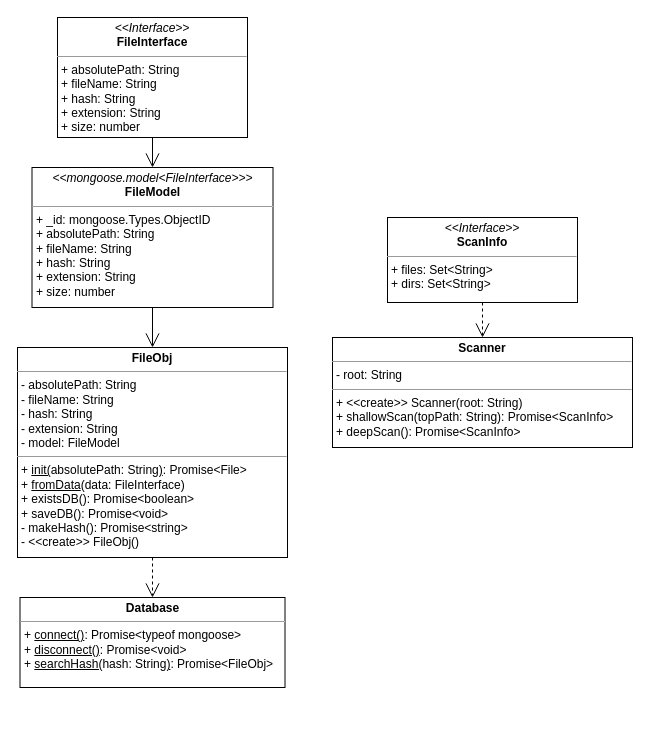
Before: bfs-core.drawio in jm0ran/bfs-core, a draw.io diagram. Source tidied: cells renumbered, new cells numbered last; positions are measured from the earlier drawing's top-left corner, leaving out a move shared by most shapes. Both pictures are drawn from the tidied source at 100%, with x=0, y=0 at pixel (17, 17).
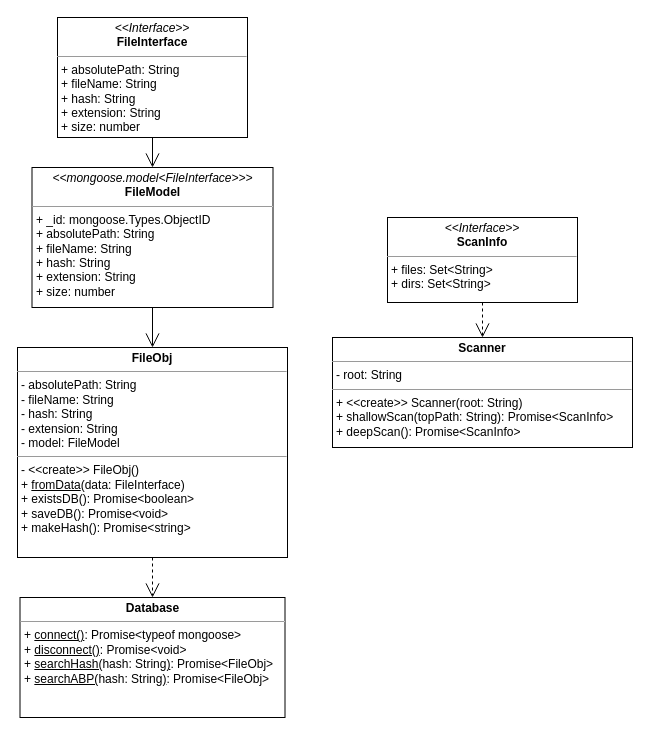
Above is the later version.

Commit message (it also covers changes not shown here):
Very large changes to FileObj as a result of further understanding of mongoose

What changed in the source:
```diff
@@
 <mxGraphModel>
   <root>
     <mxCell id="0" />
     <mxCell id="1" parent="0" />
-    <mxCell id="2" value="&lt;p style=&quot;margin: 0px ; margin-top: 4px ; text-align: center&quot;&gt;&lt;b&gt;FileObj&lt;/b&gt;&lt;/p&gt;&lt;hr size=&quot;1&quot;&gt;&lt;p style=&quot;margin: 0px ; margin-left: 4px&quot;&gt;- absolutePath: String&lt;br&gt;- fileName: String&lt;/p&gt;&lt;p style=&quot;margin: 0px ; margin-left: 4px&quot;&gt;- hash: String&lt;/p&gt;&lt;p style=&quot;margin: 0px ; margin-left: 4px&quot;&gt;- extension: String&lt;/p&gt;&lt;p style=&quot;margin: 0px ; margin-left: 4px&quot;&gt;- model: FileModel&lt;/p&gt;&lt;hr size=&quot;1&quot;&gt;&lt;p style=&quot;margin: 0px ; margin-left: 4px&quot;&gt;&lt;span&gt;+ &lt;/span&gt;&lt;u&gt;init(&lt;/u&gt;&lt;span&gt;absolutePath: String&lt;/span&gt;&lt;u&gt;)&lt;/u&gt;&lt;span&gt;: Promise&amp;lt;File&amp;gt;&lt;/span&gt;&lt;br&gt;&lt;/p&gt;&lt;p style=&quot;margin: 0px ; margin-left: 4px&quot;&gt;+ &lt;u&gt;fromData&lt;/u&gt;(data: FileInterface)&lt;/p&gt;&lt;p style=&quot;margin: 0px ; margin-left: 4px&quot;&gt;+ existsDB(): Promise&amp;lt;boolean&amp;gt;&lt;/p&gt;&lt;p style=&quot;margin: 0px ; margin-left: 4px&quot;&gt;+ saveDB(): Promise&amp;lt;void&amp;gt;&lt;/p&gt;&lt;p style=&quot;margin: 0px 0px 0px 4px&quot;&gt;- makeHash(): Promise&amp;lt;string&amp;gt;&lt;/p&gt;&lt;p style=&quot;margin: 0px 0px 0px 4px&quot;&gt;- &amp;lt;&amp;lt;create&amp;gt;&amp;gt; FileObj()&lt;/p&gt;&lt;div&gt;&lt;br&gt;&lt;/div&gt;&lt;p style=&quot;margin: 0px ; margin-left: 4px&quot;&gt;&lt;br&gt;&lt;/p&gt;" style="verticalAlign=top;align=left;overflow=fill;fontSize=12;fontFamily=Helvetica;html=1;" parent="1" vertex="1">
+    <mxCell id="2" value="&lt;p style=&quot;margin: 0px ; margin-top: 4px ; text-align: center&quot;&gt;&lt;b&gt;FileObj&lt;/b&gt;&lt;/p&gt;&lt;hr size=&quot;1&quot;&gt;&lt;p style=&quot;margin: 0px ; margin-left: 4px&quot;&gt;- absolutePath: String&lt;br&gt;- fileName: String&lt;/p&gt;&lt;p style=&quot;margin: 0px ; margin-left: 4px&quot;&gt;- hash: String&lt;/p&gt;&lt;p style=&quot;margin: 0px ; margin-left: 4px&quot;&gt;- extension: String&lt;/p&gt;&lt;p style=&quot;margin: 0px ; margin-left: 4px&quot;&gt;- model: FileModel&lt;/p&gt;&lt;hr size=&quot;1&quot;&gt;&lt;p style=&quot;margin: 0px ; margin-left: 4px&quot;&gt;- &amp;lt;&amp;lt;create&amp;gt;&amp;gt; FileObj()&lt;span&gt;&lt;br&gt;&lt;/span&gt;&lt;/p&gt;&lt;p style=&quot;margin: 0px ; margin-left: 4px&quot;&gt;&lt;span&gt;+ &lt;/span&gt;&lt;u&gt;fromData&lt;/u&gt;&lt;span&gt;(data: FileInterface)&lt;/span&gt;&lt;br&gt;&lt;/p&gt;&lt;p style=&quot;margin: 0px ; margin-left: 4px&quot;&gt;+ existsDB(): Promise&amp;lt;boolean&amp;gt;&lt;/p&gt;&lt;p style=&quot;margin: 0px ; margin-left: 4px&quot;&gt;+ saveDB(): Promise&amp;lt;void&amp;gt;&lt;/p&gt;&lt;p style=&quot;margin: 0px 0px 0px 4px&quot;&gt;+ makeHash(): Promise&amp;lt;string&amp;gt;&lt;/p&gt;&lt;p style=&quot;margin: 0px 0px 0px 4px&quot;&gt;&lt;br&gt;&lt;/p&gt;&lt;div&gt;&lt;br&gt;&lt;/div&gt;&lt;p style=&quot;margin: 0px ; margin-left: 4px&quot;&gt;&lt;br&gt;&lt;/p&gt;" style="verticalAlign=top;align=left;overflow=fill;fontSize=12;fontFamily=Helvetica;html=1;" parent="1" vertex="1">
       <mxGeometry y="330" width="270" height="210" as="geometry" />
     </mxCell>
     <mxCell id="3" value="&lt;p style=&quot;margin: 0px ; margin-top: 4px ; text-align: center&quot;&gt;&lt;i&gt;&amp;lt;&amp;lt;mongoose.model&amp;lt;FileInterface&amp;gt;&amp;gt;&amp;gt;&lt;/i&gt;&lt;br&gt;&lt;b&gt;FileModel&lt;/b&gt;&lt;/p&gt;&lt;hr size=&quot;1&quot;&gt;&lt;p style=&quot;margin: 0px ; margin-left: 4px&quot;&gt;+ _id: mongoose.Types.ObjectID&lt;/p&gt;&lt;p style=&quot;margin: 0px ; margin-left: 4px&quot;&gt;+ absolutePath: String&lt;/p&gt;&lt;p style=&quot;margin: 0px ; margin-left: 4px&quot;&gt;+ fileName: String&lt;br&gt;+ hash: String&lt;/p&gt;&lt;p style=&quot;margin: 0px ; margin-left: 4px&quot;&gt;+ extension: String&lt;/p&gt;&lt;p style=&quot;margin: 0px ; margin-left: 4px&quot;&gt;+ size: number&lt;/p&gt;" style="verticalAlign=top;align=left;overflow=fill;fontSize=12;fontFamily=Helvetica;html=1;" parent="1" vertex="1">
       <mxGeometry x="14.5" y="150" width="241" height="140" as="geometry" />
     </mxCell>
     <mxCell id="4" value="&lt;p style=&quot;margin: 0px ; margin-top: 4px ; text-align: center&quot;&gt;&lt;i&gt;&amp;lt;&amp;lt;Interface&amp;gt;&amp;gt;&lt;/i&gt;&lt;br&gt;&lt;b&gt;FileInterface&lt;/b&gt;&lt;/p&gt;&lt;hr size=&quot;1&quot;&gt;&lt;p style=&quot;margin: 0px ; margin-left: 4px&quot;&gt;+ absolutePath: String&lt;br&gt;+ fileName: String&lt;/p&gt;&lt;p style=&quot;margin: 0px 0px 0px 4px&quot;&gt;+ hash: String&lt;/p&gt;&lt;p style=&quot;margin: 0px 0px 0px 4px&quot;&gt;+ extension: String&lt;/p&gt;&lt;p style=&quot;margin: 0px 0px 0px 4px&quot;&gt;+ size: number&lt;/p&gt;&lt;p style=&quot;margin: 0px 0px 0px 4px&quot;&gt;&lt;br&gt;&lt;/p&gt;" style="verticalAlign=top;align=left;overflow=fill;fontSize=12;fontFamily=Helvetica;html=1;" parent="1" vertex="1">
       <mxGeometry x="40" width="190" height="120" as="geometry" />
     </mxCell>
     <mxCell id="5" style="endArrow=open;endFill=1;endSize=12;html=1;rounded=0;exitX=0.5;exitY=1;exitDx=0;exitDy=0;entryX=0.5;entryY=0;entryDx=0;entryDy=0;" parent="1" edge="1" source="4" target="3">
       <mxGeometry relative="1" as="geometry" />
     </mxCell>
     <mxCell id="6" style="endArrow=open;endFill=1;endSize=12;html=1;rounded=0;exitX=0.5;exitY=1;exitDx=0;exitDy=0;entryX=0.5;entryY=0;entryDx=0;entryDy=0;" parent="1" edge="1" source="3" target="2">
       <mxGeometry relative="1" as="geometry" />
     </mxCell>
-    <mxCell id="7" value="&lt;p style=&quot;margin: 0px ; margin-top: 4px ; text-align: center&quot;&gt;&lt;b&gt;Database&lt;/b&gt;&lt;/p&gt;&lt;hr size=&quot;1&quot;&gt;&lt;p style=&quot;margin: 0px ; margin-left: 4px&quot;&gt;&lt;span&gt;+ &lt;u&gt;connect()&lt;/u&gt;: Promise&amp;lt;typeof mongoose&amp;gt;&lt;/span&gt;&lt;br&gt;&lt;/p&gt;&lt;p style=&quot;margin: 0px ; margin-left: 4px&quot;&gt;+ &lt;u&gt;disconnect()&lt;/u&gt;: Promise&amp;lt;void&amp;gt;&lt;/p&gt;&lt;p style=&quot;margin: 0px ; margin-left: 4px&quot;&gt;+ &lt;u&gt;searchHash(&lt;/u&gt;hash: String&lt;u&gt;)&lt;/u&gt;: Promise&amp;lt;FileObj&amp;gt;&lt;/p&gt;" style="verticalAlign=top;align=left;overflow=fill;fontSize=12;fontFamily=Helvetica;html=1;" parent="1" vertex="1">
-      <mxGeometry x="2.5" y="580" width="265" height="90" as="geometry" />
+    <mxCell id="7" value="&lt;p style=&quot;margin: 0px ; margin-top: 4px ; text-align: center&quot;&gt;&lt;b&gt;Database&lt;/b&gt;&lt;/p&gt;&lt;hr size=&quot;1&quot;&gt;&lt;p style=&quot;margin: 0px ; margin-left: 4px&quot;&gt;&lt;span&gt;+ &lt;u&gt;connect()&lt;/u&gt;: Promise&amp;lt;typeof mongoose&amp;gt;&lt;/span&gt;&lt;br&gt;&lt;/p&gt;&lt;p style=&quot;margin: 0px ; margin-left: 4px&quot;&gt;+ &lt;u&gt;disconnect()&lt;/u&gt;: Promise&amp;lt;void&amp;gt;&lt;/p&gt;&lt;p style=&quot;margin: 0px ; margin-left: 4px&quot;&gt;+ &lt;u&gt;searchHash(&lt;/u&gt;hash: String&lt;u&gt;)&lt;/u&gt;: Promise&amp;lt;FileObj&amp;gt;&lt;/p&gt;&lt;p style=&quot;margin: 0px ; margin-left: 4px&quot;&gt;+&amp;nbsp;&lt;u&gt;searchABP(&lt;/u&gt;hash: String&lt;u&gt;)&lt;/u&gt;: Promise&amp;lt;FileObj&amp;gt;&lt;br&gt;&lt;/p&gt;" style="verticalAlign=top;align=left;overflow=fill;fontSize=12;fontFamily=Helvetica;html=1;" parent="1" vertex="1">
+      <mxGeometry x="2.5" y="580" width="265" height="120" as="geometry" />
     </mxCell>
     <mxCell id="8" style="endArrow=open;endFill=1;endSize=12;html=1;rounded=0;exitX=0.5;exitY=1;exitDx=0;exitDy=0;entryX=0.5;entryY=0;entryDx=0;entryDy=0;dashed=1;" parent="1" edge="1" source="2" target="7">
       <mxGeometry relative="1" as="geometry" />
     </mxCell>
     <mxCell id="9" value="&lt;p style=&quot;margin: 0px ; margin-top: 4px ; text-align: center&quot;&gt;&lt;b&gt;Scanner&lt;/b&gt;&lt;/p&gt;&lt;hr size=&quot;1&quot;&gt;&lt;p style=&quot;margin: 0px ; margin-left: 4px&quot;&gt;- root: String&lt;br&gt;&lt;/p&gt;&lt;hr size=&quot;1&quot;&gt;&lt;p style=&quot;margin: 0px ; margin-left: 4px&quot;&gt;+ &amp;lt;&amp;lt;create&amp;gt;&amp;gt; Scanner(root: String)&lt;br&gt;+ shallowScan(topPath: String): Promise&amp;lt;ScanInfo&amp;gt;&lt;/p&gt;&lt;p style=&quot;margin: 0px ; margin-left: 4px&quot;&gt;+ deepScan(): Promise&amp;lt;ScanInfo&amp;gt;&lt;/p&gt;" style="verticalAlign=top;align=left;overflow=fill;fontSize=12;fontFamily=Helvetica;html=1;" parent="1" vertex="1">
       <mxGeometry x="315" y="320" width="300" height="110" as="geometry" />
     </mxCell>
     <mxCell id="10" value="&lt;p style=&quot;margin: 0px ; margin-top: 4px ; text-align: center&quot;&gt;&lt;i&gt;&amp;lt;&amp;lt;Interface&amp;gt;&amp;gt;&lt;/i&gt;&lt;br&gt;&lt;b&gt;ScanInfo&lt;/b&gt;&lt;/p&gt;&lt;hr size=&quot;1&quot;&gt;&lt;p style=&quot;margin: 0px ; margin-left: 4px&quot;&gt;+ files: Set&amp;lt;String&amp;gt;&lt;br&gt;&lt;/p&gt;&lt;p style=&quot;margin: 0px ; margin-left: 4px&quot;&gt;+ dirs: Set&amp;lt;String&amp;gt;&lt;/p&gt;&lt;p style=&quot;margin: 0px ; margin-left: 4px&quot;&gt;&lt;br&gt;&lt;/p&gt;&lt;p style=&quot;margin: 0px ; margin-left: 4px&quot;&gt;&lt;br&gt;&lt;/p&gt;&lt;p style=&quot;margin: 0px ; margin-left: 4px&quot;&gt;&lt;br&gt;&lt;/p&gt;" style="verticalAlign=top;align=left;overflow=fill;fontSize=12;fontFamily=Helvetica;html=1;" parent="1" vertex="1">
       <mxGeometry x="370" y="200" width="190" height="85" as="geometry" />
     </mxCell>
     <mxCell id="11" style="endArrow=open;endSize=12;dashed=1;html=1;rounded=0;exitX=0.5;exitY=1;exitDx=0;exitDy=0;entryX=0.5;entryY=0;entryDx=0;entryDy=0;" parent="1" edge="1" source="10" target="9">
       <mxGeometry relative="1" as="geometry" />
     </mxCell>
   </root>
 </mxGraphModel>
```
